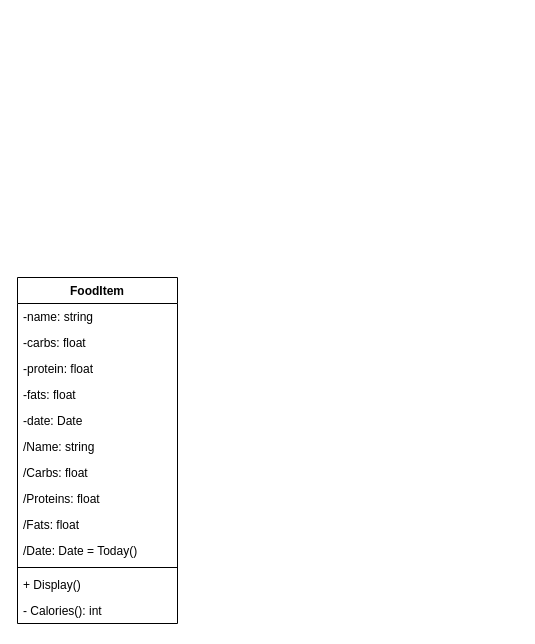
Before: page "Class Diagram" (3 of 3) of System Design.drawio in apaquette/MacroMate, a draw.io diagram. Source tidied: cells renumbered, new cells numbered last; positions are measured from the earlier drawing's top-left corner, leaving out a move shared by most shapes. Both pictures are drawn from the tidied source at 100%, with x=0, y=0 at pixel (17, 277).
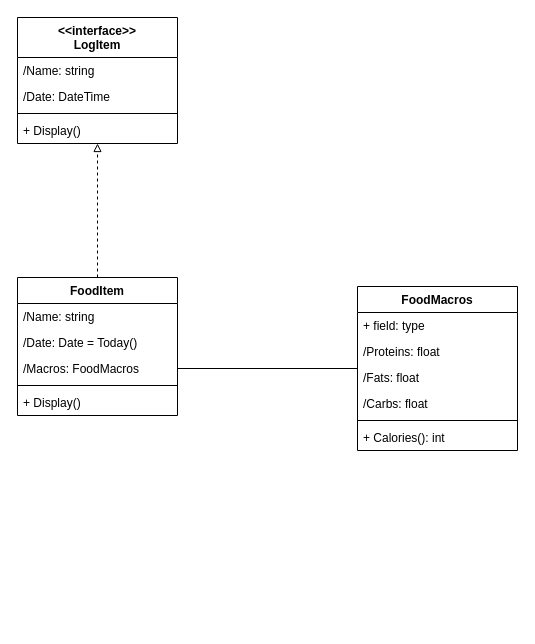
After the change.

Diff of the diagram source:
```diff
@@
+    <mxCell id="16" style="edgeStyle=orthogonalEdgeStyle;html=1;endArrow=block;endFill=0;dashed=1;" parent="1" edge="1" source="2" target="22">
+      <mxGeometry relative="1" as="geometry" />
+    </mxCell>
     <mxCell id="2" value="FoodItem" style="swimlane;fontStyle=1;align=center;verticalAlign=top;horizontal=1;startSize=26;whiteSpace=wrap;html=1;" parent="1" vertex="1">
-      <mxGeometry width="160" height="346" as="geometry" />
+      <mxGeometry width="160" height="138" as="geometry" />
     </mxCell>
-    <mxCell id="3" value="-name: string" style="text;strokeColor=none;fillColor=none;align=left;verticalAlign=top;spacingLeft=4;spacingRight=4;overflow=hidden;whiteSpace=wrap;html=1;" parent="2" vertex="1">
-      <mxGeometry y="26" width="160" height="26" as="geometry" />
-    </mxCell>
-    <mxCell id="4" value="-carbs: float" style="text;strokeColor=none;fillColor=none;align=left;verticalAlign=top;spacingLeft=4;spacingRight=4;overflow=hidden;whiteSpace=wrap;html=1;" parent="2" vertex="1">
-      <mxGeometry y="52" width="160" height="26" as="geometry" />
-    </mxCell>
-    <mxCell id="5" value="-protein: float" style="text;strokeColor=none;fillColor=none;align=left;verticalAlign=top;spacingLeft=4;spacingRight=4;overflow=hidden;whiteSpace=wrap;html=1;" parent="2" vertex="1">
-      <mxGeometry y="78" width="160" height="26" as="geometry" />
-    </mxCell>
-    <mxCell id="6" value="-fats: float" style="text;strokeColor=none;fillColor=none;align=left;verticalAlign=top;spacingLeft=4;spacingRight=4;overflow=hidden;whiteSpace=wrap;html=1;" parent="2" vertex="1">
-      <mxGeometry y="104" width="160" height="26" as="geometry" />
-    </mxCell>
-    <mxCell id="7" value="-date: Date" style="text;strokeColor=none;fillColor=none;align=left;verticalAlign=top;spacingLeft=4;spacingRight=4;overflow=hidden;whiteSpace=wrap;html=1;" parent="2" vertex="1">
-      <mxGeometry y="130" width="160" height="26" as="geometry" />
-    </mxCell>
     <mxCell id="8" value="/Name: string" style="text;strokeColor=none;fillColor=none;align=left;verticalAlign=top;spacingLeft=4;spacingRight=4;overflow=hidden;whiteSpace=wrap;html=1;" parent="2" vertex="1">
-      <mxGeometry y="156" width="160" height="26" as="geometry" />
+      <mxGeometry y="26" width="160" height="26" as="geometry" />
     </mxCell>
-    <mxCell id="9" value="/Carbs: float" style="text;strokeColor=none;fillColor=none;align=left;verticalAlign=top;spacingLeft=4;spacingRight=4;overflow=hidden;whiteSpace=wrap;html=1;" parent="2" vertex="1">
-      <mxGeometry y="182" width="160" height="26" as="geometry" />
-    </mxCell>
-    <mxCell id="10" value="/Proteins: float" style="text;strokeColor=none;fillColor=none;align=left;verticalAlign=top;spacingLeft=4;spacingRight=4;overflow=hidden;whiteSpace=wrap;html=1;" parent="2" vertex="1">
-      <mxGeometry y="208" width="160" height="26" as="geometry" />
-    </mxCell>
-    <mxCell id="11" value="/Fats: float" style="text;strokeColor=none;fillColor=none;align=left;verticalAlign=top;spacingLeft=4;spacingRight=4;overflow=hidden;whiteSpace=wrap;html=1;" parent="2" vertex="1">
-      <mxGeometry y="234" width="160" height="26" as="geometry" />
-    </mxCell>
+    <mxCell id="17" value="/Date: Date = Today()" style="text;strokeColor=none;fillColor=none;align=left;verticalAlign=top;spacingLeft=4;spacingRight=4;overflow=hidden;whiteSpace=wrap;html=1;" parent="2" vertex="1">
+      <mxGeometry y="52" width="160" height="26" as="geometry" />
+    </mxCell>
-    <mxCell id="12" value="/Date: Date = Today()" style="text;strokeColor=none;fillColor=none;align=left;verticalAlign=top;spacingLeft=4;spacingRight=4;overflow=hidden;points=[[0,0.5],[1,0.5]];portConstraint=eastwest;whiteSpace=wrap;html=1;" parent="2" vertex="1">
-      <mxGeometry y="260" width="160" height="26" as="geometry" />
+    <mxCell id="12" value="/Macros: FoodMacros" style="text;strokeColor=none;fillColor=none;align=left;verticalAlign=top;spacingLeft=4;spacingRight=4;overflow=hidden;points=[[0,0.5],[1,0.5]];portConstraint=eastwest;whiteSpace=wrap;html=1;" parent="2" vertex="1">
+      <mxGeometry y="78" width="160" height="26" as="geometry" />
     </mxCell>
     <mxCell id="13" style="line;strokeWidth=1;fillColor=none;align=left;verticalAlign=middle;spacingTop=-1;spacingLeft=3;spacingRight=3;labelPosition=right;strokeColor=inherit;" parent="2" vertex="1">
-      <mxGeometry y="286" width="160" height="8" as="geometry" />
+      <mxGeometry y="104" width="160" height="8" as="geometry" />
     </mxCell>
     <mxCell id="14" value="+ Display()" style="text;strokeColor=none;fillColor=none;align=left;verticalAlign=top;spacingLeft=4;spacingRight=4;overflow=hidden;whiteSpace=wrap;html=1;" parent="2" vertex="1">
-      <mxGeometry y="294" width="160" height="26" as="geometry" />
+      <mxGeometry y="112" width="160" height="26" as="geometry" />
     </mxCell>
+    <mxCell id="18" value="FoodMacros" style="swimlane;fontStyle=1;align=center;verticalAlign=top;horizontal=1;startSize=26;whiteSpace=wrap;html=1;" parent="1" vertex="1">
+      <mxGeometry x="340" y="9" width="160" height="164" as="geometry" />
+    </mxCell>
+    <mxCell id="19" value="+ field: type" style="text;strokeColor=none;fillColor=none;align=left;verticalAlign=top;spacingLeft=4;spacingRight=4;overflow=hidden;whiteSpace=wrap;html=1;" parent="18" vertex="1">
+      <mxGeometry y="26" width="160" height="26" as="geometry" />
+    </mxCell>
+    <mxCell id="10" value="/Proteins: float" style="text;strokeColor=none;fillColor=none;align=left;verticalAlign=top;spacingLeft=4;spacingRight=4;overflow=hidden;whiteSpace=wrap;html=1;" parent="18" vertex="1">
+      <mxGeometry y="52" width="160" height="26" as="geometry" />
+    </mxCell>
+    <mxCell id="11" value="/Fats: float" style="text;strokeColor=none;fillColor=none;align=left;verticalAlign=top;spacingLeft=4;spacingRight=4;overflow=hidden;whiteSpace=wrap;html=1;" parent="18" vertex="1">
+      <mxGeometry y="78" width="160" height="26" as="geometry" />
+    </mxCell>
+    <mxCell id="9" value="/Carbs: float" style="text;strokeColor=none;fillColor=none;align=left;verticalAlign=top;spacingLeft=4;spacingRight=4;overflow=hidden;whiteSpace=wrap;html=1;" parent="18" vertex="1">
+      <mxGeometry y="104" width="160" height="26" as="geometry" />
+    </mxCell>
+    <mxCell id="20" style="line;strokeWidth=1;fillColor=none;align=left;verticalAlign=middle;spacingTop=-1;spacingLeft=3;spacingRight=3;labelPosition=right;strokeColor=inherit;" parent="18" vertex="1">
+      <mxGeometry y="130" width="160" height="8" as="geometry" />
+    </mxCell>
-    <mxCell id="15" value="- Calories(): int" style="text;strokeColor=none;fillColor=none;align=left;verticalAlign=top;spacingLeft=4;spacingRight=4;overflow=hidden;whiteSpace=wrap;html=1;" parent="2" vertex="1">
-      <mxGeometry y="320" width="160" height="26" as="geometry" />
+    <mxCell id="15" value="+ Calories(): int" style="text;strokeColor=none;fillColor=none;align=left;verticalAlign=top;spacingLeft=4;spacingRight=4;overflow=hidden;whiteSpace=wrap;html=1;" parent="18" vertex="1">
+      <mxGeometry y="138" width="160" height="26" as="geometry" />
     </mxCell>
+    <mxCell id="21" style="edgeStyle=orthogonalEdgeStyle;html=1;endArrow=none;endFill=0;" parent="1" edge="1" source="18" target="12">
+      <mxGeometry relative="1" as="geometry" />
+    </mxCell>
+    <mxCell id="22" value="&lt;div&gt;&amp;lt;&amp;lt;interface&amp;gt;&amp;gt;&lt;/div&gt;LogItem" style="swimlane;fontStyle=1;align=center;verticalAlign=top;horizontal=1;startSize=40;whiteSpace=wrap;html=1;" parent="1" vertex="1">
+      <mxGeometry y="-260" width="160" height="126" as="geometry" />
+    </mxCell>
+    <mxCell id="23" value="/Name: string" style="text;strokeColor=none;fillColor=none;align=left;verticalAlign=top;spacingLeft=4;spacingRight=4;overflow=hidden;whiteSpace=wrap;html=1;" parent="22" vertex="1">
+      <mxGeometry y="40" width="160" height="26" as="geometry" />
+    </mxCell>
+    <mxCell id="24" value="/Date: DateTime" style="text;strokeColor=none;fillColor=none;align=left;verticalAlign=top;spacingLeft=4;spacingRight=4;overflow=hidden;whiteSpace=wrap;html=1;" parent="22" vertex="1">
+      <mxGeometry y="66" width="160" height="26" as="geometry" />
+    </mxCell>
+    <mxCell id="25" style="line;strokeWidth=1;fillColor=none;align=left;verticalAlign=middle;spacingTop=-1;spacingLeft=3;spacingRight=3;labelPosition=right;strokeColor=inherit;" parent="22" vertex="1">
+      <mxGeometry y="92" width="160" height="8" as="geometry" />
+    </mxCell>
+    <mxCell id="26" value="+ Display()" style="text;strokeColor=none;fillColor=none;align=left;verticalAlign=top;spacingLeft=4;spacingRight=4;overflow=hidden;whiteSpace=wrap;html=1;" parent="22" vertex="1">
+      <mxGeometry y="100" width="160" height="26" as="geometry" />
+    </mxCell>
```
